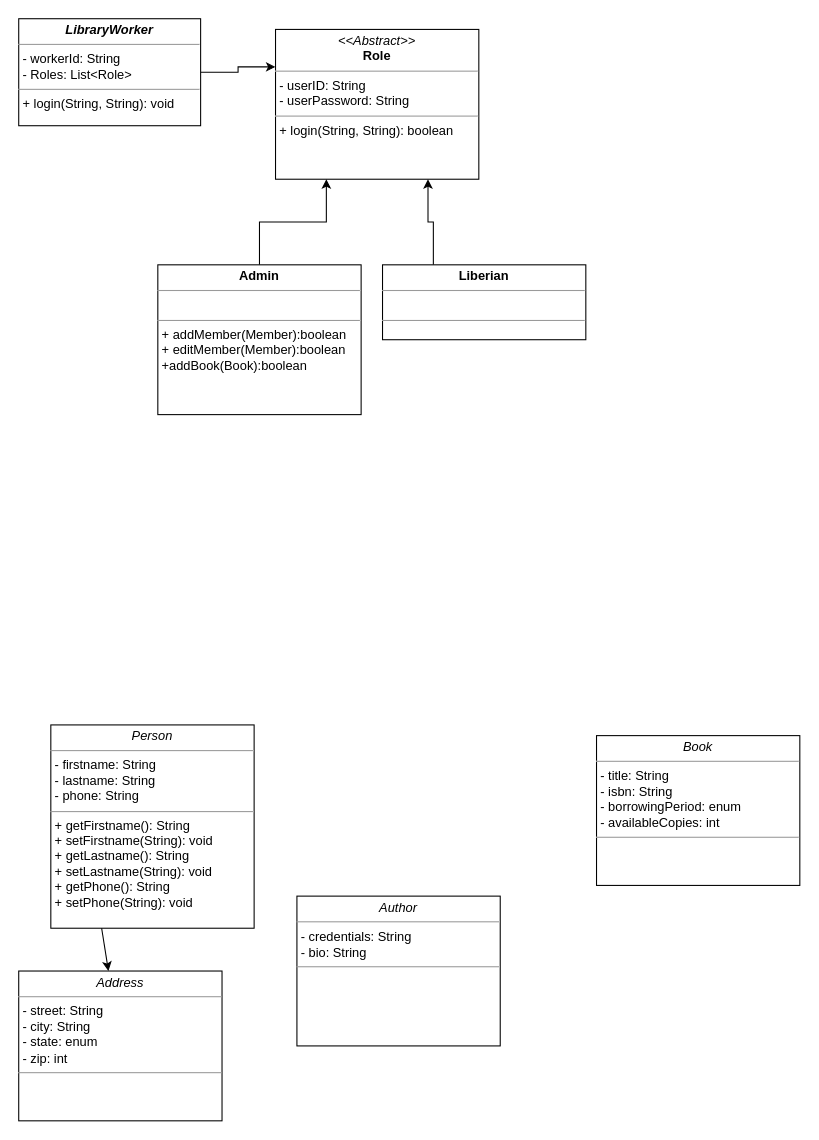
Earlier version of the draw.io diagram Untitled Diagram.drawio (megaunknown/UML). Source tidied: cells renumbered, new cells numbered last; positions are measured from the earlier drawing's top-left corner, leaving out a move shared by most shapes. Both pictures are drawn from the tidied source at 107%, with x=0, y=0 at pixel (18, 18).
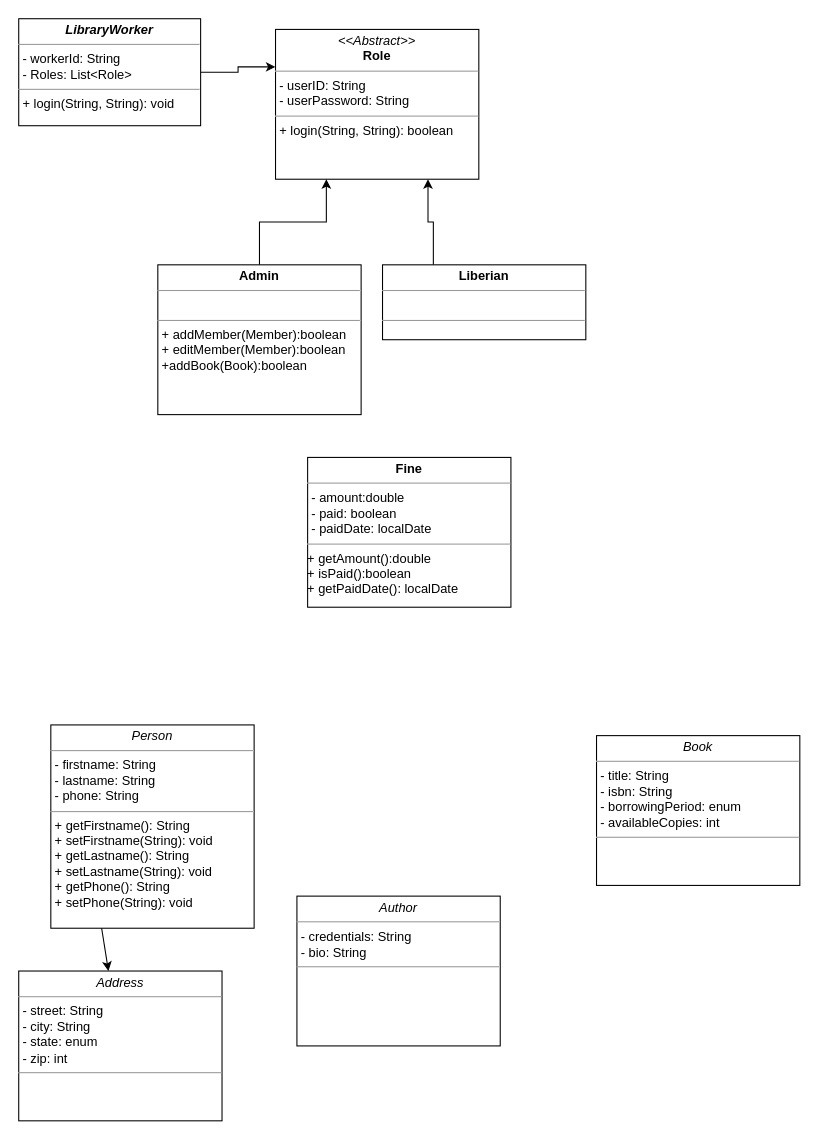
Above is the later version.

Commit message:
Adding Fine Class Digram

The edit, as a diff of the source:
```diff
@@
 <mxGraphModel>
   <root>
     <mxCell id="0" />
     <mxCell id="1" parent="0" />
     <mxCell id="2" value="&lt;p style=&quot;margin: 0px ; margin-top: 4px ; text-align: center&quot;&gt;&lt;i&gt;&amp;lt;&amp;lt;Abstract&amp;gt;&amp;gt;&lt;/i&gt;&lt;br&gt;&lt;b&gt;Role&lt;/b&gt;&lt;/p&gt;&lt;hr size=&quot;1&quot;&gt;&lt;p style=&quot;margin: 0px ; margin-left: 4px&quot;&gt;- userID: String&lt;br&gt;- userPassword: String&lt;/p&gt;&lt;hr size=&quot;1&quot;&gt;&lt;p style=&quot;margin: 0px ; margin-left: 4px&quot;&gt;+ login(String, String): boolean&lt;br&gt;&lt;/p&gt;" style="verticalAlign=top;align=left;overflow=fill;fontSize=12;fontFamily=Helvetica;html=1;rounded=0;shadow=0;comic=0;labelBackgroundColor=none;strokeWidth=1;" parent="1" vertex="1">
       <mxGeometry x="240" y="10" width="190" height="140" as="geometry" />
     </mxCell>
     <mxCell id="3" style="edgeStyle=orthogonalEdgeStyle;rounded=0;jettySize=auto;html=1;exitX=0.5;exitY=0;exitDx=0;exitDy=0;entryX=0.25;entryY=1;entryDx=0;entryDy=0;" parent="1" edge="1" source="4" target="2">
       <mxGeometry relative="1" as="geometry" />
     </mxCell>
     <mxCell id="4" value="&lt;p style=&quot;margin: 0px ; margin-top: 4px ; text-align: center&quot;&gt;&lt;b&gt;Admin&lt;/b&gt;&lt;/p&gt;&lt;hr size=&quot;1&quot;&gt;&lt;p style=&quot;margin: 0px ; margin-left: 4px&quot;&gt;&lt;br&gt;&lt;/p&gt;&lt;hr size=&quot;1&quot;&gt;&lt;p style=&quot;margin: 0px ; margin-left: 4px&quot;&gt;+ addMember(Member):boolean&lt;/p&gt;&lt;p style=&quot;margin: 0px ; margin-left: 4px&quot;&gt;+ editMember(Member):boolean&lt;/p&gt;&lt;p style=&quot;margin: 0px ; margin-left: 4px&quot;&gt;+addBook(Book):boolean&lt;/p&gt;&lt;p style=&quot;margin: 0px ; margin-left: 4px&quot;&gt;&lt;br&gt;&lt;/p&gt;" style="verticalAlign=top;align=left;overflow=fill;fontSize=12;fontFamily=Helvetica;html=1;rounded=0;shadow=0;comic=0;labelBackgroundColor=none;strokeWidth=1;" parent="1" vertex="1">
       <mxGeometry x="130" y="230" width="190" height="140" as="geometry" />
     </mxCell>
     <mxCell id="5" value="&lt;p style=&quot;margin: 0px ; margin-top: 4px ; text-align: center&quot;&gt;&lt;i&gt;Book&lt;/i&gt;&lt;/p&gt;&lt;hr size=&quot;1&quot;&gt;&lt;p style=&quot;margin: 0px ; margin-left: 4px&quot;&gt;- title: String&lt;br&gt;- isbn: String&lt;/p&gt;&lt;p style=&quot;margin: 0px ; margin-left: 4px&quot;&gt;- borrowingPeriod: enum&lt;/p&gt;&lt;p style=&quot;margin: 0px ; margin-left: 4px&quot;&gt;- availableCopies: int&lt;/p&gt;&lt;hr size=&quot;1&quot;&gt;&lt;p style=&quot;margin: 0px ; margin-left: 4px&quot;&gt;&lt;br&gt;&lt;/p&gt;" style="verticalAlign=top;align=left;overflow=fill;fontSize=12;fontFamily=Helvetica;html=1;rounded=0;shadow=0;comic=0;labelBackgroundColor=none;strokeWidth=1;" parent="1" vertex="1">
       <mxGeometry x="540" y="670" width="190" height="140" as="geometry" />
     </mxCell>
     <mxCell id="6" style="edgeStyle=orthogonalEdgeStyle;rounded=0;jettySize=auto;html=1;exitX=0.25;exitY=0;exitDx=0;exitDy=0;entryX=0.75;entryY=1;entryDx=0;entryDy=0;" parent="1" edge="1" source="8" target="2">
       <mxGeometry relative="1" as="geometry" />
     </mxCell>
     <mxCell id="7" value="&lt;p style=&quot;margin: 0px ; margin-top: 4px ; text-align: center&quot;&gt;&lt;i&gt;Person&lt;/i&gt;&lt;br&gt;&lt;/p&gt;&lt;hr size=&quot;1&quot;&gt;&lt;p style=&quot;margin: 0px ; margin-left: 4px&quot;&gt;- firstname: String&lt;br&gt;- lastname: String&lt;/p&gt;&lt;p style=&quot;margin: 0px ; margin-left: 4px&quot;&gt;- phone: String&lt;br&gt;&lt;/p&gt;&lt;hr size=&quot;1&quot;&gt;&lt;p style=&quot;margin: 0px ; margin-left: 4px&quot;&gt;+ getFirstname(): String&lt;/p&gt;&lt;p style=&quot;margin: 0px ; margin-left: 4px&quot;&gt;+ setFirstname(String): void&lt;br&gt;&lt;/p&gt;&lt;p style=&quot;margin: 0px 0px 0px 4px&quot;&gt;+ getLastname(): String&lt;/p&gt;&lt;p style=&quot;margin: 0px 0px 0px 4px&quot;&gt;+ setLastname(String): void&lt;br&gt;&lt;/p&gt;&lt;p style=&quot;margin: 0px 0px 0px 4px&quot;&gt;+ getPhone(): String&lt;/p&gt;&lt;p style=&quot;margin: 0px 0px 0px 4px&quot;&gt;+ setPhone(String): void&lt;/p&gt;&lt;p style=&quot;margin: 0px 0px 0px 4px&quot;&gt;&lt;br&gt;&lt;/p&gt;" style="verticalAlign=top;align=left;overflow=fill;fontSize=12;fontFamily=Helvetica;html=1;rounded=0;shadow=0;comic=0;labelBackgroundColor=none;strokeWidth=1;" parent="1" vertex="1">
       <mxGeometry x="30" y="660" width="190" height="190" as="geometry" />
     </mxCell>
     <mxCell id="8" value="&lt;p style=&quot;margin: 0px ; margin-top: 4px ; text-align: center&quot;&gt;&lt;b&gt;Liberian&lt;/b&gt;&lt;/p&gt;&lt;hr size=&quot;1&quot;&gt;&lt;p style=&quot;margin: 0px ; margin-left: 4px&quot;&gt;&lt;br&gt;&lt;/p&gt;&lt;hr size=&quot;1&quot;&gt;&lt;p style=&quot;margin: 0px ; margin-left: 4px&quot;&gt;&lt;br&gt;&lt;/p&gt;" style="verticalAlign=top;align=left;overflow=fill;fontSize=12;fontFamily=Helvetica;html=1;rounded=0;shadow=0;comic=0;labelBackgroundColor=none;strokeWidth=1;" parent="1" vertex="1">
       <mxGeometry x="340" y="230" width="190" height="70" as="geometry" />
     </mxCell>
     <mxCell id="9" value="&lt;p style=&quot;margin: 0px ; margin-top: 4px ; text-align: center&quot;&gt;&lt;i&gt;Address&lt;/i&gt;&lt;/p&gt;&lt;hr size=&quot;1&quot;&gt;&lt;p style=&quot;margin: 0px ; margin-left: 4px&quot;&gt;- street: String&lt;br&gt;- city: String&lt;/p&gt;&lt;p style=&quot;margin: 0px ; margin-left: 4px&quot;&gt;- state: enum&lt;/p&gt;&lt;p style=&quot;margin: 0px ; margin-left: 4px&quot;&gt;- zip: int&lt;/p&gt;&lt;hr size=&quot;1&quot;&gt;&lt;p style=&quot;margin: 0px ; margin-left: 4px&quot;&gt;&lt;br&gt;&lt;/p&gt;" style="verticalAlign=top;align=left;overflow=fill;fontSize=12;fontFamily=Helvetica;html=1;rounded=0;shadow=0;comic=0;labelBackgroundColor=none;strokeWidth=1;" parent="1" vertex="1">
       <mxGeometry y="890" width="190" height="140" as="geometry" />
     </mxCell>
     <mxCell id="10" style="edgeStyle=orthogonalEdgeStyle;rounded=0;jettySize=auto;html=1;exitX=1;exitY=0.5;exitDx=0;exitDy=0;entryX=0;entryY=0.25;entryDx=0;entryDy=0;" parent="1" edge="1" source="12" target="2">
       <mxGeometry relative="1" as="geometry" />
     </mxCell>
     <mxCell id="11" style="endArrow=classic;html=1;exitX=0.25;exitY=1;exitDx=0;exitDy=0;" parent="1" edge="1" source="7" target="9">
       <mxGeometry relative="1" as="geometry" />
     </mxCell>
     <mxCell id="12" value="&lt;p style=&quot;margin: 0px ; margin-top: 4px ; text-align: center&quot;&gt;&lt;i&gt;&lt;b&gt;LibraryWorker&lt;/b&gt;&lt;/i&gt;&lt;/p&gt;&lt;hr size=&quot;1&quot;&gt;&lt;p style=&quot;margin: 0px ; margin-left: 4px&quot;&gt;- workerId: String&lt;br&gt;- Roles: List&amp;lt;Role&amp;gt;&lt;/p&gt;&lt;hr size=&quot;1&quot;&gt;&lt;p style=&quot;margin: 0px ; margin-left: 4px&quot;&gt;+ login(String, String): void&lt;br&gt;&lt;/p&gt;" style="verticalAlign=top;align=left;overflow=fill;fontSize=12;fontFamily=Helvetica;html=1;rounded=0;shadow=0;comic=0;labelBackgroundColor=none;strokeWidth=1;" parent="1" vertex="1">
       <mxGeometry width="170" height="100" as="geometry" />
     </mxCell>
     <mxCell id="13" value="&lt;p style=&quot;margin: 0px ; margin-top: 4px ; text-align: center&quot;&gt;&lt;i&gt;Author&lt;/i&gt;&lt;/p&gt;&lt;hr size=&quot;1&quot;&gt;&lt;p style=&quot;margin: 0px ; margin-left: 4px&quot;&gt;- credentials: String&lt;br&gt;- bio: String&lt;/p&gt;&lt;hr size=&quot;1&quot;&gt;&lt;p style=&quot;margin: 0px ; margin-left: 4px&quot;&gt;&lt;br&gt;&lt;/p&gt;" style="verticalAlign=top;align=left;overflow=fill;fontSize=12;fontFamily=Helvetica;html=1;rounded=0;shadow=0;comic=0;labelBackgroundColor=none;strokeWidth=1;" parent="1" vertex="1">
       <mxGeometry x="260" y="820" width="190" height="140" as="geometry" />
     </mxCell>
+    <mxCell id="14" value="&lt;p style=&quot;margin: 0px ; margin-top: 4px ; text-align: center&quot;&gt;&lt;b&gt;Fine&lt;/b&gt;&lt;/p&gt;&lt;hr size=&quot;1&quot;&gt;&lt;p style=&quot;margin: 0px ; margin-left: 4px&quot;&gt;- amount:double&lt;/p&gt;&lt;p style=&quot;margin: 0px ; margin-left: 4px&quot;&gt;- paid: boolean&lt;/p&gt;&lt;p style=&quot;margin: 0px ; margin-left: 4px&quot;&gt;- paidDate: localDate&lt;br&gt;&lt;/p&gt;&lt;hr size=&quot;1&quot;&gt;&lt;div&gt;+ getAmount():double&lt;/div&gt;&lt;div&gt;+ isPaid():boolean&lt;/div&gt;&lt;div&gt;+ getPaidDate(): localDate&lt;br&gt;&lt;/div&gt;" style="verticalAlign=top;align=left;overflow=fill;fontSize=12;fontFamily=Helvetica;html=1;rounded=0;shadow=0;comic=0;labelBackgroundColor=none;strokeWidth=1;" parent="1" vertex="1">
+      <mxGeometry x="270" y="410" width="190" height="140" as="geometry" />
+    </mxCell>
   </root>
 </mxGraphModel>
```
